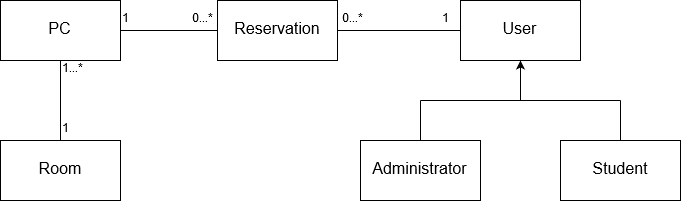
This is documents/classDiagram.png from marcopettorali/lnpx_task1, a draw.io export, as it was before one commit. Source tidied: cells renumbered, new cells last; positions are measured from the earlier drawing's top-left corner, leaving out a move shared by most shapes. Source of this version:
```xml
<mxGraphModel>
  <root>
    <mxCell id="0" />
    <mxCell id="1" parent="0" />
    <mxCell id="2" value="&lt;font style=&quot;font-size: 16px&quot;&gt;User&lt;/font&gt;" style="rounded=0;whiteSpace=wrap;html=1;" parent="1" vertex="1">
      <mxGeometry x="460" width="120" height="60" as="geometry" />
    </mxCell>
    <mxCell id="3" style="endArrow=none;html=1;" parent="1" edge="1">
      <mxGeometry relative="1" as="geometry">
        <mxPoint x="420" y="100" as="sourcePoint" />
        <mxPoint x="620" y="100" as="targetPoint" />
      </mxGeometry>
    </mxCell>
    <mxCell id="4" style="endArrow=classic;html=1;entryX=0.5;entryY=1;entryDx=0;entryDy=0;" parent="1" edge="1" target="2">
      <mxGeometry relative="1" as="geometry">
        <mxPoint x="520" y="100" as="sourcePoint" />
      </mxGeometry>
    </mxCell>
    <mxCell id="5" value="&lt;font style=&quot;font-size: 16px&quot;&gt;Administrator&lt;/font&gt;" style="rounded=0;whiteSpace=wrap;html=1;" parent="1" vertex="1">
      <mxGeometry x="360" y="140" width="120" height="60" as="geometry" />
    </mxCell>
    <mxCell id="6" style="endArrow=none;html=1;exitX=0.5;exitY=0;exitDx=0;exitDy=0;" parent="1" edge="1" source="5">
      <mxGeometry relative="1" as="geometry">
        <mxPoint x="420" y="100" as="targetPoint" />
      </mxGeometry>
    </mxCell>
    <mxCell id="7" value="&lt;font style=&quot;font-size: 16px&quot;&gt;Student&lt;/font&gt;" style="rounded=0;whiteSpace=wrap;html=1;" parent="1" vertex="1">
      <mxGeometry x="560" y="140" width="120" height="60" as="geometry" />
    </mxCell>
    <mxCell id="8" style="endArrow=none;html=1;exitX=0.5;exitY=0;exitDx=0;exitDy=0;" parent="1" edge="1" source="7">
      <mxGeometry relative="1" as="geometry">
        <mxPoint x="620" y="100" as="targetPoint" />
      </mxGeometry>
    </mxCell>
    <mxCell id="9" value="&lt;font style=&quot;font-size: 16px&quot;&gt;Room&lt;/font&gt;" style="rounded=0;whiteSpace=wrap;html=1;" parent="1" vertex="1">
      <mxGeometry y="140" width="120" height="60" as="geometry" />
    </mxCell>
    <mxCell id="10" value="&lt;font style=&quot;font-size: 16px&quot;&gt;PC&lt;/font&gt;" style="rounded=0;whiteSpace=wrap;html=1;" parent="1" vertex="1">
      <mxGeometry width="120" height="60" as="geometry" />
    </mxCell>
    <mxCell id="11" value="&lt;font style=&quot;font-size: 16px&quot;&gt;Reservation&lt;/font&gt;" style="rounded=0;whiteSpace=wrap;html=1;" parent="1" vertex="1">
      <mxGeometry x="217" width="120" height="60" as="geometry" />
    </mxCell>
    <mxCell id="12" style="endArrow=none;html=1;entryX=0;entryY=0.5;entryDx=0;entryDy=0;exitX=1;exitY=0.5;exitDx=0;exitDy=0;" parent="1" edge="1" source="11" target="2">
      <mxGeometry relative="1" as="geometry" />
    </mxCell>
    <mxCell id="13" style="endArrow=none;html=1;entryX=0;entryY=0.5;entryDx=0;entryDy=0;exitX=1;exitY=0.5;exitDx=0;exitDy=0;" parent="1" edge="1" source="10" target="11">
      <mxGeometry relative="1" as="geometry" />
    </mxCell>
    <mxCell id="14" style="endArrow=none;html=1;entryX=0.5;entryY=1;entryDx=0;entryDy=0;exitX=0.5;exitY=0;exitDx=0;exitDy=0;" parent="1" edge="1" source="9" target="10">
      <mxGeometry relative="1" as="geometry" />
    </mxCell>
    <mxCell id="15" value="0...*" style="text;html=1;align=left;verticalAlign=top;spacingTop=-4;" parent="1" vertex="1">
      <mxGeometry x="340" y="10" width="40" height="20" as="geometry" />
    </mxCell>
    <mxCell id="16" value="1" style="text;html=1;align=left;verticalAlign=top;spacingTop=-4;" parent="1" vertex="1">
      <mxGeometry x="440" y="10" width="20" height="20" as="geometry" />
    </mxCell>
    <mxCell id="17" value="1" style="text;html=1;align=left;verticalAlign=top;spacingTop=-4;" parent="1" vertex="1">
      <mxGeometry x="120" y="10" width="20" height="20" as="geometry" />
    </mxCell>
    <mxCell id="18" value="0...*" style="text;html=1;align=left;verticalAlign=top;spacingTop=-4;" parent="1" vertex="1">
      <mxGeometry x="190" y="10" width="40" height="20" as="geometry" />
    </mxCell>
    <mxCell id="19" value="1...*" style="text;html=1;align=left;verticalAlign=top;spacingTop=-4;" parent="1" vertex="1">
      <mxGeometry x="60" y="60" width="40" height="20" as="geometry" />
    </mxCell>
    <mxCell id="20" value="1" style="text;html=1;align=left;verticalAlign=top;spacingTop=-4;" parent="1" vertex="1">
      <mxGeometry x="60" y="120" width="20" height="20" as="geometry" />
    </mxCell>
  </root>
</mxGraphModel>
```
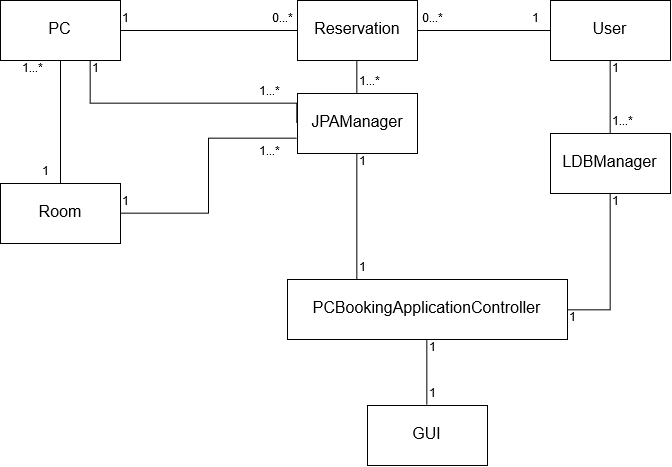
Later version of the same file.

Change to the diagram source:
```diff
@@ -3,43 +3,16 @@
     <mxCell id="0" />
     <mxCell id="1" parent="0" />
     <mxCell id="2" value="&lt;font style=&quot;font-size: 16px&quot;&gt;User&lt;/font&gt;" style="rounded=0;whiteSpace=wrap;html=1;" parent="1" vertex="1">
-      <mxGeometry x="460" width="120" height="60" as="geometry" />
+      <mxGeometry x="460" y="-103" width="120" height="60" as="geometry" />
     </mxCell>
-    <mxCell id="3" style="endArrow=none;html=1;" parent="1" edge="1">
-      <mxGeometry relative="1" as="geometry">
-        <mxPoint x="420" y="100" as="sourcePoint" />
-        <mxPoint x="620" y="100" as="targetPoint" />
-      </mxGeometry>
-    </mxCell>
-    <mxCell id="4" style="endArrow=classic;html=1;entryX=0.5;entryY=1;entryDx=0;entryDy=0;" parent="1" edge="1" target="2">
-      <mxGeometry relative="1" as="geometry">
-        <mxPoint x="520" y="100" as="sourcePoint" />
-      </mxGeometry>
-    </mxCell>
-    <mxCell id="5" value="&lt;font style=&quot;font-size: 16px&quot;&gt;Administrator&lt;/font&gt;" style="rounded=0;whiteSpace=wrap;html=1;" parent="1" vertex="1">
-      <mxGeometry x="360" y="140" width="120" height="60" as="geometry" />
-    </mxCell>
-    <mxCell id="6" style="endArrow=none;html=1;exitX=0.5;exitY=0;exitDx=0;exitDy=0;" parent="1" edge="1" source="5">
-      <mxGeometry relative="1" as="geometry">
-        <mxPoint x="420" y="100" as="targetPoint" />
-      </mxGeometry>
-    </mxCell>
-    <mxCell id="7" value="&lt;font style=&quot;font-size: 16px&quot;&gt;Student&lt;/font&gt;" style="rounded=0;whiteSpace=wrap;html=1;" parent="1" vertex="1">
-      <mxGeometry x="560" y="140" width="120" height="60" as="geometry" />
-    </mxCell>
-    <mxCell id="8" style="endArrow=none;html=1;exitX=0.5;exitY=0;exitDx=0;exitDy=0;" parent="1" edge="1" source="7">
-      <mxGeometry relative="1" as="geometry">
-        <mxPoint x="620" y="100" as="targetPoint" />
-      </mxGeometry>
-    </mxCell>
     <mxCell id="9" value="&lt;font style=&quot;font-size: 16px&quot;&gt;Room&lt;/font&gt;" style="rounded=0;whiteSpace=wrap;html=1;" parent="1" vertex="1">
-      <mxGeometry y="140" width="120" height="60" as="geometry" />
+      <mxGeometry x="-90" y="80" width="120" height="60" as="geometry" />
     </mxCell>
     <mxCell id="10" value="&lt;font style=&quot;font-size: 16px&quot;&gt;PC&lt;/font&gt;" style="rounded=0;whiteSpace=wrap;html=1;" parent="1" vertex="1">
-      <mxGeometry width="120" height="60" as="geometry" />
+      <mxGeometry x="-90" y="-103" width="120" height="60" as="geometry" />
     </mxCell>
     <mxCell id="11" value="&lt;font style=&quot;font-size: 16px&quot;&gt;Reservation&lt;/font&gt;" style="rounded=0;whiteSpace=wrap;html=1;" parent="1" vertex="1">
-      <mxGeometry x="217" width="120" height="60" as="geometry" />
+      <mxGeometry x="207" y="-103" width="120" height="60" as="geometry" />
     </mxCell>
     <mxCell id="12" style="endArrow=none;html=1;entryX=0;entryY=0.5;entryDx=0;entryDy=0;exitX=1;exitY=0.5;exitDx=0;exitDy=0;" parent="1" edge="1" source="11" target="2">
       <mxGeometry relative="1" as="geometry" />
@@ -51,22 +24,99 @@
       <mxGeometry relative="1" as="geometry" />
     </mxCell>
     <mxCell id="15" value="0...*" style="text;html=1;align=left;verticalAlign=top;spacingTop=-4;" parent="1" vertex="1">
-      <mxGeometry x="340" y="10" width="40" height="20" as="geometry" />
+      <mxGeometry x="330" y="-93" width="40" height="20" as="geometry" />
     </mxCell>
     <mxCell id="16" value="1" style="text;html=1;align=left;verticalAlign=top;spacingTop=-4;" parent="1" vertex="1">
-      <mxGeometry x="440" y="10" width="20" height="20" as="geometry" />
+      <mxGeometry x="440" y="-93" width="20" height="20" as="geometry" />
     </mxCell>
     <mxCell id="17" value="1" style="text;html=1;align=left;verticalAlign=top;spacingTop=-4;" parent="1" vertex="1">
-      <mxGeometry x="120" y="10" width="20" height="20" as="geometry" />
+      <mxGeometry x="30" y="-93" width="20" height="20" as="geometry" />
     </mxCell>
     <mxCell id="18" value="0...*" style="text;html=1;align=left;verticalAlign=top;spacingTop=-4;" parent="1" vertex="1">
-      <mxGeometry x="190" y="10" width="40" height="20" as="geometry" />
+      <mxGeometry x="180" y="-93" width="40" height="20" as="geometry" />
     </mxCell>
     <mxCell id="19" value="1...*" style="text;html=1;align=left;verticalAlign=top;spacingTop=-4;" parent="1" vertex="1">
-      <mxGeometry x="60" y="60" width="40" height="20" as="geometry" />
+      <mxGeometry x="-70" y="-43" width="40" height="20" as="geometry" />
     </mxCell>
     <mxCell id="20" value="1" style="text;html=1;align=left;verticalAlign=top;spacingTop=-4;" parent="1" vertex="1">
-      <mxGeometry x="60" y="120" width="20" height="20" as="geometry" />
+      <mxGeometry x="-50" y="60" width="20" height="20" as="geometry" />
     </mxCell>
+    <mxCell id="21" style="edgeStyle=orthogonalEdgeStyle;rounded=0;jettySize=auto;html=1;exitX=0.5;exitY=0;exitDx=0;exitDy=0;entryX=0.5;entryY=1;entryDx=0;entryDy=0;endArrow=none;endFill=0;" parent="1" edge="1" source="22" target="25">
+      <mxGeometry relative="1" as="geometry" />
+    </mxCell>
+    <mxCell id="22" value="&lt;font style=&quot;font-size: 16px&quot;&gt;GUI&lt;/font&gt;" style="rounded=0;whiteSpace=wrap;html=1;" parent="1" vertex="1">
+      <mxGeometry x="277" y="302" width="120" height="60" as="geometry" />
+    </mxCell>
+    <mxCell id="23" style="edgeStyle=orthogonalEdgeStyle;rounded=0;jettySize=auto;html=1;exitX=0.25;exitY=0;exitDx=0;exitDy=0;endArrow=none;endFill=0;" parent="1" edge="1" source="25" target="29">
+      <mxGeometry relative="1" as="geometry" />
+    </mxCell>
+    <mxCell id="24" style="edgeStyle=orthogonalEdgeStyle;rounded=0;jettySize=auto;html=1;exitX=1;exitY=0.5;exitDx=0;exitDy=0;endArrow=none;endFill=0;" parent="1" edge="1" source="25" target="31">
+      <mxGeometry relative="1" as="geometry" />
+    </mxCell>
+    <mxCell id="25" value="&lt;font style=&quot;font-size: 16px&quot;&gt;PCBookingApplicationController&lt;/font&gt;" style="rounded=0;whiteSpace=wrap;html=1;" parent="1" vertex="1">
+      <mxGeometry x="197" y="176" width="280" height="60" as="geometry" />
+    </mxCell>
+    <mxCell id="26" style="edgeStyle=orthogonalEdgeStyle;rounded=0;jettySize=auto;html=1;exitX=0.5;exitY=0;exitDx=0;exitDy=0;endArrow=none;endFill=0;entryX=0.5;entryY=1;entryDx=0;entryDy=0;" parent="1" edge="1" source="29" target="11">
+      <mxGeometry relative="1" as="geometry" />
+    </mxCell>
+    <mxCell id="27" style="edgeStyle=orthogonalEdgeStyle;rounded=0;jettySize=auto;html=1;exitX=0;exitY=0.5;exitDx=0;exitDy=0;entryX=0.75;entryY=1;entryDx=0;entryDy=0;endArrow=none;endFill=0;" parent="1" edge="1" source="29" target="10">
+      <mxGeometry relative="1" as="geometry">
+        <Array as="points">
+          <mxPoint x="207" />
+          <mxPoint />
+        </Array>
+      </mxGeometry>
+    </mxCell>
+    <mxCell id="28" style="edgeStyle=orthogonalEdgeStyle;rounded=0;jettySize=auto;html=1;exitX=0;exitY=0.75;exitDx=0;exitDy=0;entryX=1;entryY=0.5;entryDx=0;entryDy=0;endArrow=none;endFill=0;" parent="1" edge="1" source="29" target="9">
+      <mxGeometry relative="1" as="geometry" />
+    </mxCell>
+    <mxCell id="29" value="&lt;font style=&quot;font-size: 16px&quot;&gt;JPAManager&lt;/font&gt;" style="rounded=0;whiteSpace=wrap;html=1;" parent="1" vertex="1">
+      <mxGeometry x="207" y="-10" width="120" height="60" as="geometry" />
+    </mxCell>
+    <mxCell id="30" style="edgeStyle=orthogonalEdgeStyle;rounded=0;jettySize=auto;html=1;exitX=0.5;exitY=0;exitDx=0;exitDy=0;entryX=0.5;entryY=1;entryDx=0;entryDy=0;endArrow=none;endFill=0;" parent="1" edge="1" source="31" target="2">
+      <mxGeometry relative="1" as="geometry" />
+    </mxCell>
+    <mxCell id="31" value="&lt;font style=&quot;font-size: 16px&quot;&gt;LDBManager&lt;/font&gt;" style="rounded=0;whiteSpace=wrap;html=1;" parent="1" vertex="1">
+      <mxGeometry x="460" y="30" width="120" height="60" as="geometry" />
+    </mxCell>
+    <mxCell id="32" value="1" style="text;html=1;align=left;verticalAlign=top;spacingTop=-4;" parent="1" vertex="1">
+      <mxGeometry x="337" y="236" width="20" height="20" as="geometry" />
+    </mxCell>
+    <mxCell id="33" value="1" style="text;html=1;align=left;verticalAlign=top;spacingTop=-4;" parent="1" vertex="1">
+      <mxGeometry x="337" y="282" width="20" height="20" as="geometry" />
+    </mxCell>
+    <mxCell id="34" value="1" style="text;html=1;align=left;verticalAlign=top;spacingTop=-4;" parent="1" vertex="1">
+      <mxGeometry x="267" y="156" width="20" height="20" as="geometry" />
+    </mxCell>
+    <mxCell id="35" value="1" style="text;html=1;align=left;verticalAlign=top;spacingTop=-4;" parent="1" vertex="1">
+      <mxGeometry x="267" y="50" width="20" height="20" as="geometry" />
+    </mxCell>
+    <mxCell id="36" value="1" style="text;html=1;align=left;verticalAlign=top;spacingTop=-4;" parent="1" vertex="1">
+      <mxGeometry x="477" y="206" width="20" height="20" as="geometry" />
+    </mxCell>
+    <mxCell id="37" value="1" style="text;html=1;align=left;verticalAlign=top;spacingTop=-4;" parent="1" vertex="1">
+      <mxGeometry x="520" y="90" width="20" height="20" as="geometry" />
+    </mxCell>
+    <mxCell id="38" value="1" style="text;html=1;align=left;verticalAlign=top;spacingTop=-4;" parent="1" vertex="1">
+      <mxGeometry x="30" y="90" width="20" height="20" as="geometry" />
+    </mxCell>
+    <mxCell id="39" value="1" style="text;html=1;align=left;verticalAlign=top;spacingTop=-4;" parent="1" vertex="1">
+      <mxGeometry y="-43" width="20" height="20" as="geometry" />
+    </mxCell>
+    <mxCell id="40" value="1...*" style="text;html=1;align=left;verticalAlign=top;spacingTop=-4;" parent="1" vertex="1">
+      <mxGeometry x="167" y="40" width="40" height="20" as="geometry" />
+    </mxCell>
+    <mxCell id="41" value="1...*" style="text;html=1;align=left;verticalAlign=top;spacingTop=-4;" parent="1" vertex="1">
+      <mxGeometry x="167" y="-20" width="40" height="20" as="geometry" />
+    </mxCell>
+    <mxCell id="42" value="1...*" style="text;html=1;align=left;verticalAlign=top;spacingTop=-4;" parent="1" vertex="1">
+      <mxGeometry x="267" y="-30" width="40" height="20" as="geometry" />
+    </mxCell>
+    <mxCell id="43" value="1...*" style="text;html=1;align=left;verticalAlign=top;spacingTop=-4;" parent="1" vertex="1">
+      <mxGeometry x="520" y="10" width="40" height="20" as="geometry" />
+    </mxCell>
+    <mxCell id="44" value="1" style="text;html=1;align=left;verticalAlign=top;spacingTop=-4;" parent="1" vertex="1">
+      <mxGeometry x="520" y="-43" width="20" height="20" as="geometry" />
+    </mxCell>
   </root>
 </mxGraphModel>
```
